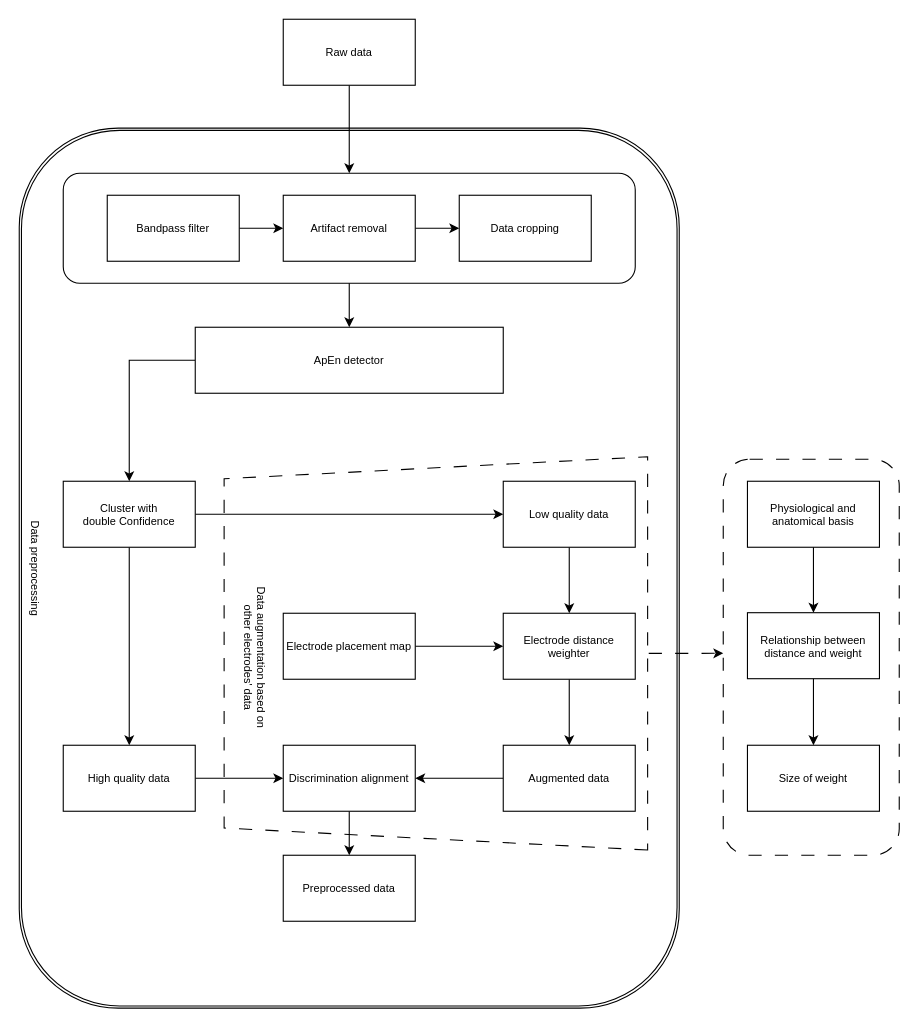
Above: Flowchart_0401汇报版本.drawio in JiPingCui/hello-world (draw.io), before the change. Source tidied: cells renumbered, new cells numbered last; positions are measured from the earlier drawing's top-left corner, leaving out a move shared by most shapes. Both pictures are drawn from the tidied source at 110%, with x=0, y=0 at pixel (-25, 19).
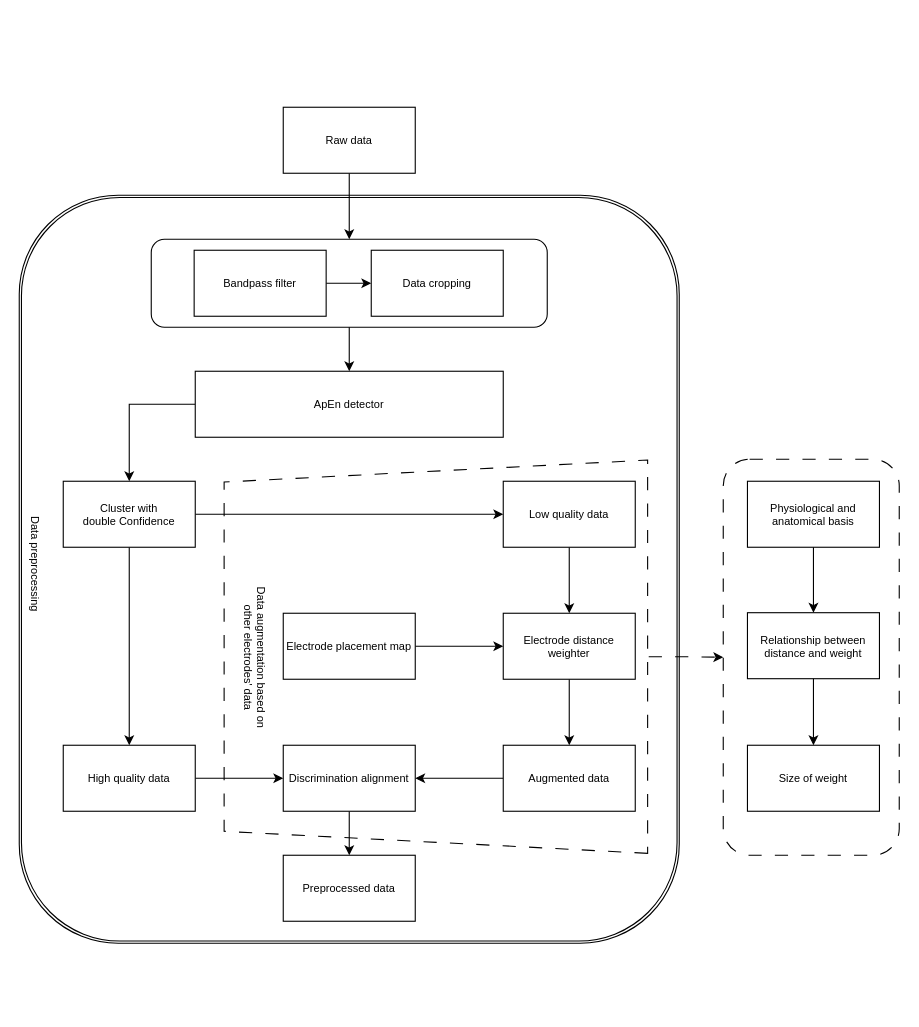
Above is the later version.

Commit message:
更新Flowchart_0401汇报版本.drawio

The change refers to these unchanged cells:
```xml
<mxCell id="2" style="rounded=1;whiteSpace=wrap;html=1;fillColor=none;dashed=1;dashPattern=12 12;fontSize=10;" parent="1" vertex="1">
  <mxGeometry x="680" y="400" width="160" height="360" as="geometry" />
</mxCell>
<mxCell id="23" value="Preprocessed data" style="rounded=0;whiteSpace=wrap;html=1;fontSize=10;" parent="1" vertex="1">
  <mxGeometry x="280" y="760" width="120" height="60" as="geometry" />
</mxCell>
<mxCell id="39" value="Discrimination alignment" style="rounded=0;whiteSpace=wrap;html=1;fontSize=10;" parent="1" vertex="1">
  <mxGeometry x="280" y="660" width="120" height="60" as="geometry" />
</mxCell>
```

Diff of the diagram source:
```diff
@@
+    <mxCell id="5" style="edgeStyle=orthogonalEdgeStyle;rounded=0;jettySize=auto;html=1;exitX=0.5;exitY=1;exitDx=0;exitDy=0;entryX=0.5;entryY=0;entryDx=0;entryDy=0;fontSize=10;" parent="1" edge="1" source="6" target="14">
+      <mxGeometry relative="1" as="geometry" />
+    </mxCell>
+    <mxCell id="6" value="Raw data" style="rounded=0;whiteSpace=wrap;html=1;fontSize=10;" parent="1" vertex="1">
+      <mxGeometry x="280" y="80" width="120" height="60" as="geometry" />
+    </mxCell>
@@
     <mxCell id="3" style="shape=ext;double=1;rounded=1;whiteSpace=wrap;html=1;fillColor=none;fontSize=10;" parent="1" vertex="1">
-      <mxGeometry x="40" y="99" width="600" height="800" as="geometry" />
+      <mxGeometry x="40" y="160" width="600" height="680" as="geometry" />
     </mxCell>
     <mxCell id="4" style="shape=trapezoid;perimeter=trapezoidPerimeter;whiteSpace=wrap;html=1;fixedSize=1;rotation=-90;strokeWidth=1;perimeterSpacing=1;fillColor=none;dashed=1;dashPattern=12 12;fontSize=10;" parent="1" vertex="1">
-      <mxGeometry x="240" y="384" width="357.5" height="385" as="geometry" />
+      <mxGeometry x="240" y="387" width="357.5" height="385" as="geometry" />
     </mxCell>
-    <mxCell id="5" style="edgeStyle=orthogonalEdgeStyle;rounded=0;jettySize=auto;html=1;exitX=0.5;exitY=1;exitDx=0;exitDy=0;entryX=0.5;entryY=0;entryDx=0;entryDy=0;fontSize=10;" parent="1" edge="1" source="6" target="14">
-      <mxGeometry relative="1" as="geometry" />
-    </mxCell>
-    <mxCell id="6" value="Raw data" style="rounded=0;whiteSpace=wrap;html=1;fontSize=10;" parent="1" vertex="1">
-      <mxGeometry x="280" width="120" height="60" as="geometry" />
-    </mxCell>
@@
     <mxCell id="8" value="ApEn detector" style="rounded=0;whiteSpace=wrap;html=1;fontSize=10;" parent="1" vertex="1">
-      <mxGeometry x="200" y="280" width="280" height="60" as="geometry" />
+      <mxGeometry x="200" y="320" width="280" height="60" as="geometry" />
     </mxCell>
@@
+    <mxCell id="14" style="rounded=1;whiteSpace=wrap;html=1;fillColor=none;fontSize=10;" parent="1" vertex="1">
+      <mxGeometry x="160" y="200" width="360" height="80" as="geometry" />
+    </mxCell>
-    <mxCell id="13" style="edgeStyle=orthogonalEdgeStyle;rounded=0;jettySize=auto;html=1;entryX=0;entryY=0.5;entryDx=0;entryDy=0;fontSize=10;" parent="1" edge="1" source="15" target="17">
+    <mxCell id="13" style="edgeStyle=orthogonalEdgeStyle;rounded=0;jettySize=auto;html=1;entryX=0;entryY=0.5;entryDx=0;entryDy=0;fontSize=10;" parent="1" edge="1" source="15" target="18">
       <mxGeometry relative="1" as="geometry" />
     </mxCell>
-    <mxCell id="14" style="rounded=1;whiteSpace=wrap;html=1;fillColor=none;fontSize=10;" parent="1" vertex="1">
-      <mxGeometry x="80" y="140" width="520" height="100" as="geometry" />
-    </mxCell>
     <mxCell id="15" value="Bandpass filter" style="rounded=0;whiteSpace=wrap;html=1;fontSize=10;" parent="1" vertex="1">
-      <mxGeometry x="120" y="160" width="120" height="60" as="geometry" />
+      <mxGeometry x="199" y="210" width="120" height="60" as="geometry" />
     </mxCell>
-    <mxCell id="16" style="edgeStyle=orthogonalEdgeStyle;rounded=0;jettySize=auto;html=1;entryX=0;entryY=0.5;entryDx=0;entryDy=0;fontSize=10;" parent="1" edge="1" source="17" target="18">
-      <mxGeometry relative="1" as="geometry" />
-    </mxCell>
-    <mxCell id="17" value="Artifact removal" style="rounded=0;whiteSpace=wrap;html=1;fontSize=10;" parent="1" vertex="1">
-      <mxGeometry x="280" y="160" width="120" height="60" as="geometry" />
-    </mxCell>
     <mxCell id="18" value="Data cropping" style="rounded=0;whiteSpace=wrap;html=1;fontSize=10;" parent="1" vertex="1">
-      <mxGeometry x="440" y="160" width="120" height="60" as="geometry" />
+      <mxGeometry x="360" y="210" width="120" height="60" as="geometry" />
     </mxCell>
@@
     <mxCell id="24" value="Data preprocessing" style="text;html=1;align=center;verticalAlign=middle;strokeColor=none;fillColor=none;rotation=90;fontSize=10;" parent="1" vertex="1">
-      <mxGeometry y="484" width="110" height="30" as="geometry" />
+      <mxGeometry y="480" width="110" height="30" as="geometry" />
     </mxCell>
@@
-    <mxCell id="37" style="edgeStyle=orthogonalEdgeStyle;rounded=0;jettySize=auto;html=1;exitX=0.5;exitY=1;exitDx=0;exitDy=0;entryX=0;entryY=0.49;entryDx=0;entryDy=0;entryPerimeter=0;dashed=1;dashPattern=12 12;fontSize=10;" parent="1" edge="1" source="4" target="2">
+    <mxCell id="37" style="edgeStyle=orthogonalEdgeStyle;rounded=0;jettySize=auto;html=1;exitX=0.5;exitY=1;exitDx=0;exitDy=0;entryX=0;entryY=0.5;entryDx=0;entryDy=0;dashed=1;dashPattern=12 12;fontSize=10;" parent="1" edge="1" source="4" target="2">
       <mxGeometry relative="1" as="geometry" />
     </mxCell>
-    <mxCell id="38" style="edgeStyle=orthogonalEdgeStyle;rounded=0;jettySize=auto;html=1;entryX=0.5;entryY=0;entryDx=0;entryDy=0;fontSize=10;" parent="1" edge="1" source="39" target="23">
-      <mxGeometry relative="1" as="geometry" />
+    <mxCell id="38" style="edgeStyle=orthogonalEdgeStyle;rounded=0;jettySize=auto;html=1;entryX=0.5;entryY=0;entryDx=0;entryDy=0;fontSize=10;" parent="1" edge="1" source="39">
+      <mxGeometry relative="1" as="geometry">
+        <mxPoint x="340" y="760" as="targetPoint" />
+      </mxGeometry>
     </mxCell>
```
